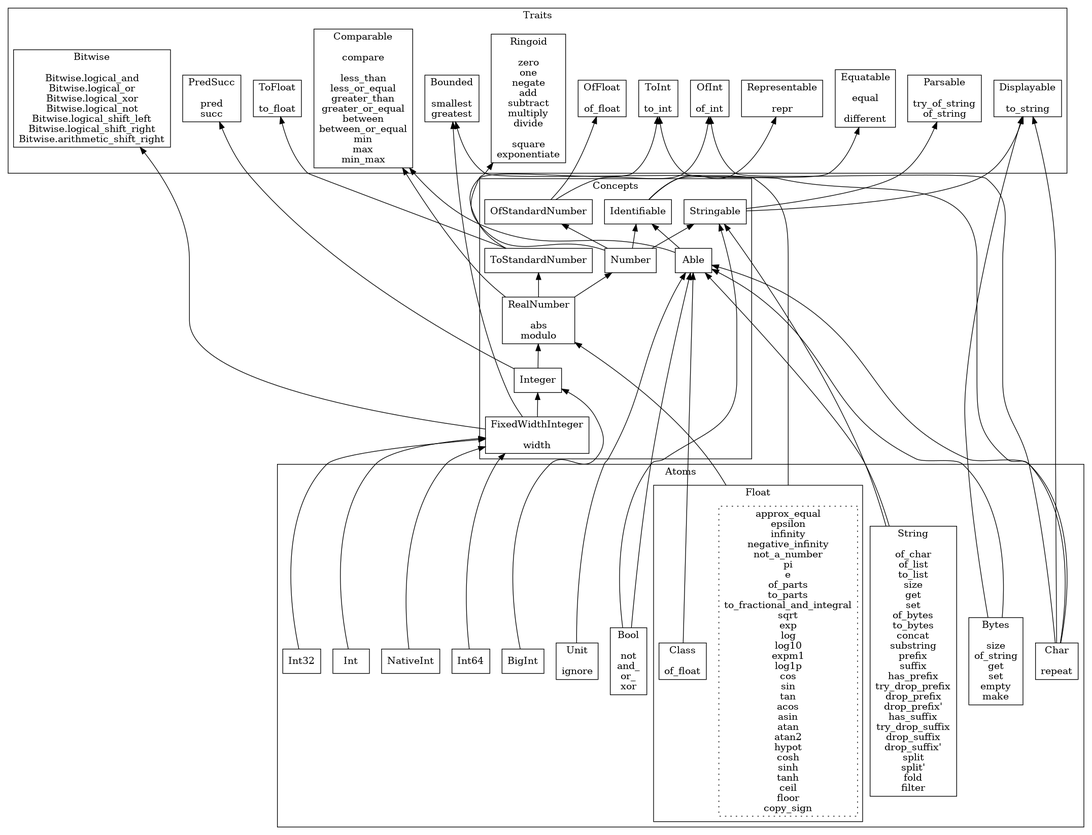
This is docs/Facets.png from jacquev6/General, a Graphviz export, as it was before one commit. Its source is kept beside it as src/Generated/Facets.dot.
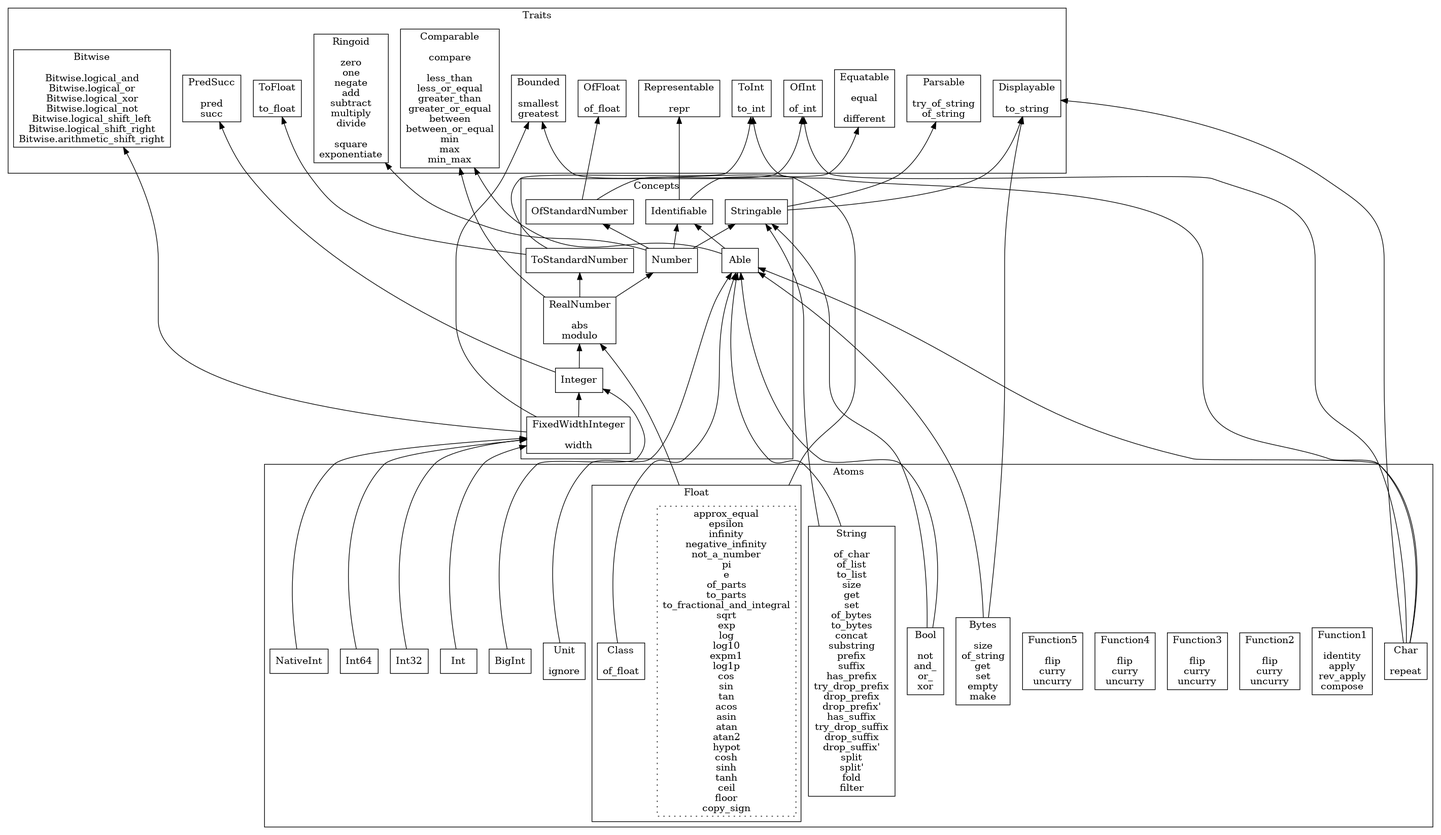
After the commit.

What changed in the source:
```diff
@@ -35,6 +35,11 @@
   subgraph cluster_Atoms {
     label="Atoms"
     labelloc="b"
+    function1 [label="Function1\n\nidentity\napply\nrev_apply\ncompose"]
+    function2 [label="Function2\n\nflip\ncurry\nuncurry"]
+    function3 [label="Function3\n\nflip\ncurry\nuncurry"]
+    function4 [label="Function4\n\nflip\ncurry\nuncurry"]
+    function5 [label="Function5\n\nflip\ncurry\nuncurry"]
     unit [label="Unit\n\nignore"]
     bool [label="Bool\n\nnot\nand_\nor_\nxor"]
     char [label="Char\n\nrepeat"]
```
